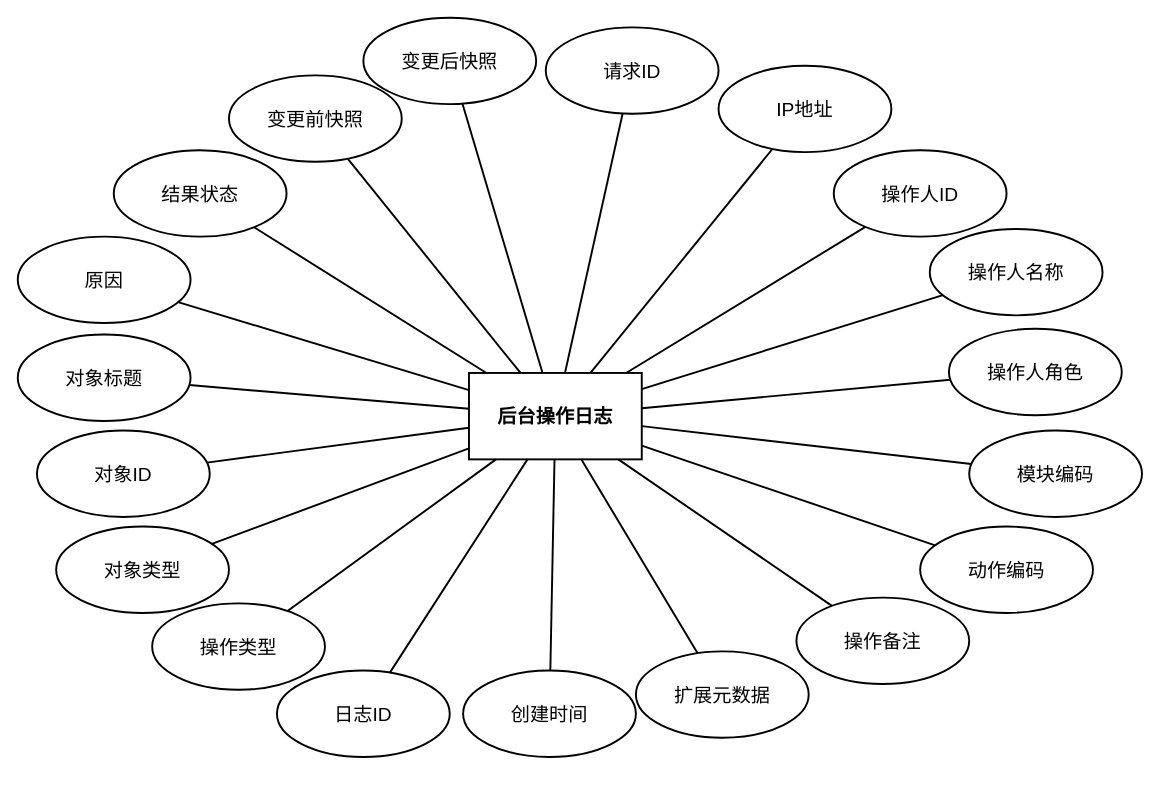
This is DOCS/architecture-diagrams/sources/实体图/admin_operation_logs/admin_operation_logs_entity.drawio from 612cs/TrailQuest, a draw.io file, before an edit. Source tidied: cells renumbered, new cells numbered last; positions are measured from the earlier drawing's top-left corner, leaving out a move shared by most shapes. Both pictures are drawn from the tidied source at 96%, with x=0, y=0 at pixel (17, 17).
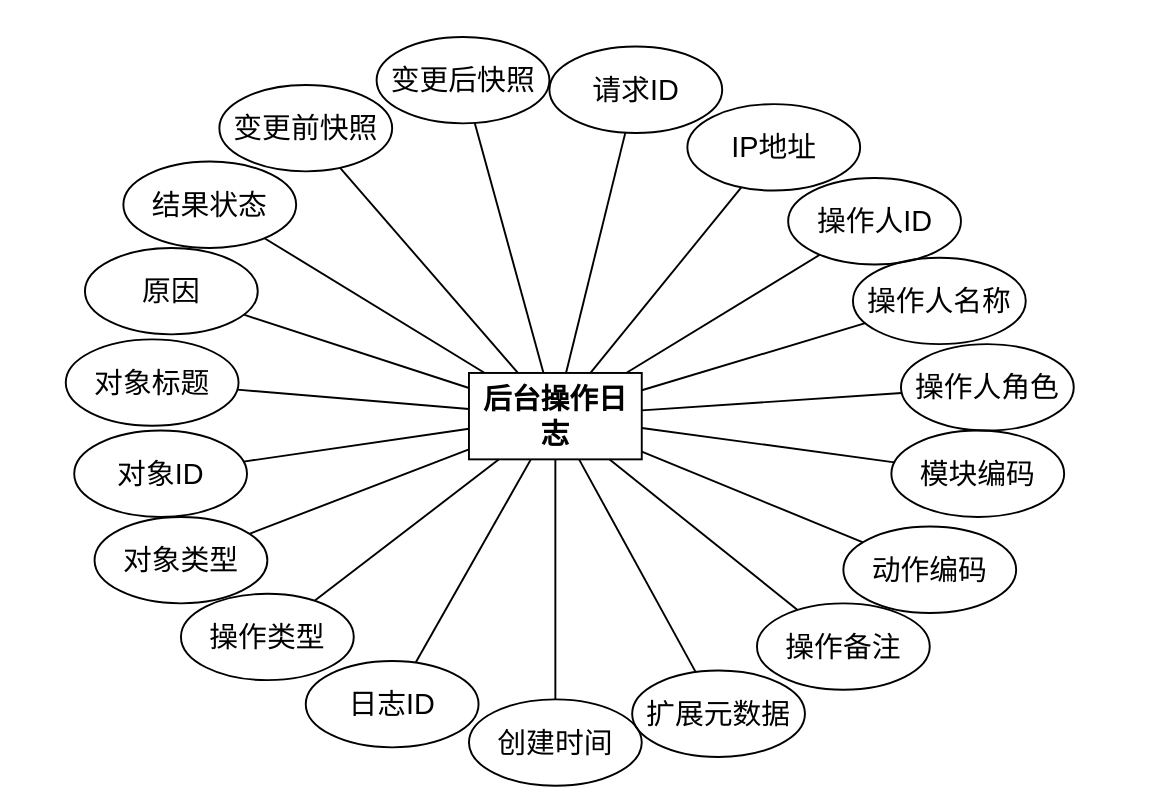
The same page after the edit.

The edit, as a diff of the source:
```diff
@@
-    <mxCell id="2" value="后台操作日志" style="rounded=0;whiteSpace=wrap;html=1;fillColor=none;strokeColor=#000000;fontColor=#000000;fontFamily=Arial;fontSize=20;fontStyle=1;align=center;verticalAlign=middle;strokeWidth=2;gradientColor=none;shadow=0;glass=0;" parent="1" vertex="1">
+    <mxCell id="2" value="后台操作日志" style="rounded=0;whiteSpace=wrap;html=1;fillColor=none;strokeColor=#000000;fontColor=#000000;fontFamily=Arial;fontSize=30;fontStyle=1;align=center;verticalAlign=middle;strokeWidth=2;gradientColor=none;shadow=0;glass=0;" parent="1" vertex="1">
       <mxGeometry x="470" y="370" width="180" height="90" as="geometry" />
     </mxCell>
-    <mxCell id="3" value="日志ID" style="ellipse;whiteSpace=wrap;html=1;fillColor=none;strokeColor=#000000;fontColor=#000000;fontFamily=Arial;fontSize=20;align=center;verticalAlign=middle;strokeWidth=2;gradientColor=none;shadow=0;glass=0;" parent="1" vertex="1">
-      <mxGeometry x="270" y="680" width="180" height="90" as="geometry" />
+    <mxCell id="3" value="日志ID" style="ellipse;whiteSpace=wrap;html=1;fillColor=none;strokeColor=#000000;fontColor=#000000;fontFamily=Arial;fontSize=30;align=center;verticalAlign=middle;strokeWidth=2;gradientColor=none;shadow=0;glass=0;" parent="1" vertex="1">
+      <mxGeometry x="300" y="670" width="180" height="90" as="geometry" />
     </mxCell>
-    <mxCell id="4" value="操作类型" style="ellipse;whiteSpace=wrap;html=1;fillColor=none;strokeColor=#000000;fontColor=#000000;fontFamily=Arial;fontSize=20;align=center;verticalAlign=middle;strokeWidth=2;gradientColor=none;shadow=0;glass=0;" parent="1" vertex="1">
-      <mxGeometry x="140" y="610" width="180" height="90" as="geometry" />
+    <mxCell id="4" value="操作类型" style="ellipse;whiteSpace=wrap;html=1;fillColor=none;strokeColor=#000000;fontColor=#000000;fontFamily=Arial;fontSize=30;align=center;verticalAlign=middle;strokeWidth=2;gradientColor=none;shadow=0;glass=0;" parent="1" vertex="1">
+      <mxGeometry x="170" y="600" width="180" height="90" as="geometry" />
     </mxCell>
-    <mxCell id="5" value="对象类型" style="ellipse;whiteSpace=wrap;html=1;fillColor=none;strokeColor=#000000;fontColor=#000000;fontFamily=Arial;fontSize=20;align=center;verticalAlign=middle;strokeWidth=2;gradientColor=none;shadow=0;glass=0;" parent="1" vertex="1">
-      <mxGeometry x="40" y="530" width="180" height="90" as="geometry" />
+    <mxCell id="5" value="对象类型" style="ellipse;whiteSpace=wrap;html=1;fillColor=none;strokeColor=#000000;fontColor=#000000;fontFamily=Arial;fontSize=30;align=center;verticalAlign=middle;strokeWidth=2;gradientColor=none;shadow=0;glass=0;" parent="1" vertex="1">
+      <mxGeometry x="80" y="520" width="180" height="90" as="geometry" />
     </mxCell>
-    <mxCell id="6" value="对象ID" style="ellipse;whiteSpace=wrap;html=1;fillColor=none;strokeColor=#000000;fontColor=#000000;fontFamily=Arial;fontSize=20;align=center;verticalAlign=middle;strokeWidth=2;gradientColor=none;shadow=0;glass=0;" parent="1" vertex="1">
-      <mxGeometry x="20" y="430" width="180" height="90" as="geometry" />
+    <mxCell id="6" value="对象ID" style="ellipse;whiteSpace=wrap;html=1;fillColor=none;strokeColor=#000000;fontColor=#000000;fontFamily=Arial;fontSize=30;align=center;verticalAlign=middle;strokeWidth=2;gradientColor=none;shadow=0;glass=0;" parent="1" vertex="1">
+      <mxGeometry x="58.8" y="430" width="180" height="90" as="geometry" />
     </mxCell>
-    <mxCell id="7" value="对象标题" style="ellipse;whiteSpace=wrap;html=1;fillColor=none;strokeColor=#000000;fontColor=#000000;fontFamily=Arial;fontSize=20;align=center;verticalAlign=middle;strokeWidth=2;gradientColor=none;shadow=0;glass=0;" parent="1" vertex="1">
-      <mxGeometry y="330" width="180" height="90" as="geometry" />
+    <mxCell id="7" value="对象标题" style="ellipse;whiteSpace=wrap;html=1;fillColor=none;strokeColor=#000000;fontColor=#000000;fontFamily=Arial;fontSize=30;align=center;verticalAlign=middle;strokeWidth=2;gradientColor=none;shadow=0;glass=0;" parent="1" vertex="1">
+      <mxGeometry x="50" y="335" width="180" height="90" as="geometry" />
     </mxCell>
-    <mxCell id="8" value="原因" style="ellipse;whiteSpace=wrap;html=1;fillColor=none;strokeColor=#000000;fontColor=#000000;fontFamily=Arial;fontSize=20;align=center;verticalAlign=middle;strokeWidth=2;gradientColor=none;shadow=0;glass=0;" parent="1" vertex="1">
-      <mxGeometry y="228" width="180" height="90" as="geometry" />
+    <mxCell id="8" value="原因" style="ellipse;whiteSpace=wrap;html=1;fillColor=none;strokeColor=#000000;fontColor=#000000;fontFamily=Arial;fontSize=30;align=center;verticalAlign=middle;strokeWidth=2;gradientColor=none;shadow=0;glass=0;" parent="1" vertex="1">
+      <mxGeometry x="70" y="239.8" width="180" height="90" as="geometry" />
     </mxCell>
-    <mxCell id="9" value="结果状态" style="ellipse;whiteSpace=wrap;html=1;fillColor=none;strokeColor=#000000;fontColor=#000000;fontFamily=Arial;fontSize=20;align=center;verticalAlign=middle;strokeWidth=2;gradientColor=none;shadow=0;glass=0;" parent="1" vertex="1">
-      <mxGeometry x="100" y="138" width="180" height="90" as="geometry" />
+    <mxCell id="9" value="结果状态" style="ellipse;whiteSpace=wrap;html=1;fillColor=none;strokeColor=#000000;fontColor=#000000;fontFamily=Arial;fontSize=30;align=center;verticalAlign=middle;strokeWidth=2;gradientColor=none;shadow=0;glass=0;" parent="1" vertex="1">
+      <mxGeometry x="110" y="149.8" width="180" height="90" as="geometry" />
     </mxCell>
-    <mxCell id="10" value="变更前快照" style="ellipse;whiteSpace=wrap;html=1;fillColor=none;strokeColor=#000000;fontColor=#000000;fontFamily=Arial;fontSize=20;align=center;verticalAlign=middle;strokeWidth=2;gradientColor=none;shadow=0;glass=0;" parent="1" vertex="1">
-      <mxGeometry x="220" y="60" width="180" height="90" as="geometry" />
+    <mxCell id="10" value="变更前快照" style="ellipse;whiteSpace=wrap;html=1;fillColor=none;strokeColor=#000000;fontColor=#000000;fontFamily=Arial;fontSize=30;align=center;verticalAlign=middle;strokeWidth=2;gradientColor=none;shadow=0;glass=0;" parent="1" vertex="1">
+      <mxGeometry x="210" y="70" width="180" height="90" as="geometry" />
     </mxCell>
-    <mxCell id="11" value="变更后快照" style="ellipse;whiteSpace=wrap;html=1;fillColor=none;strokeColor=#000000;fontColor=#000000;fontFamily=Arial;fontSize=20;align=center;verticalAlign=middle;strokeWidth=2;gradientColor=none;shadow=0;glass=0;" parent="1" vertex="1">
-      <mxGeometry x="360" width="180" height="90" as="geometry" />
+    <mxCell id="11" value="变更后快照" style="ellipse;whiteSpace=wrap;html=1;fillColor=none;strokeColor=#000000;fontColor=#000000;fontFamily=Arial;fontSize=30;align=center;verticalAlign=middle;strokeWidth=2;gradientColor=none;shadow=0;glass=0;" parent="1" vertex="1">
+      <mxGeometry x="373.8" y="20" width="180" height="90" as="geometry" />
     </mxCell>
-    <mxCell id="12" value="请求ID" style="ellipse;whiteSpace=wrap;html=1;fillColor=none;strokeColor=#000000;fontColor=#000000;fontFamily=Arial;fontSize=20;align=center;verticalAlign=middle;strokeWidth=2;gradientColor=none;shadow=0;glass=0;" parent="1" vertex="1">
-      <mxGeometry x="550" y="10" width="180" height="90" as="geometry" />
+    <mxCell id="12" value="请求ID" style="ellipse;whiteSpace=wrap;html=1;fillColor=none;strokeColor=#000000;fontColor=#000000;fontFamily=Arial;fontSize=30;align=center;verticalAlign=middle;strokeWidth=2;gradientColor=none;shadow=0;glass=0;" parent="1" vertex="1">
+      <mxGeometry x="553.8" y="30" width="180" height="90" as="geometry" />
     </mxCell>
-    <mxCell id="13" value="IP地址" style="ellipse;whiteSpace=wrap;html=1;fillColor=none;strokeColor=#000000;fontColor=#000000;fontFamily=Arial;fontSize=20;align=center;verticalAlign=middle;strokeWidth=2;gradientColor=none;shadow=0;glass=0;" parent="1" vertex="1">
-      <mxGeometry x="730" y="50" width="180" height="90" as="geometry" />
+    <mxCell id="13" value="IP地址" style="ellipse;whiteSpace=wrap;html=1;fillColor=none;strokeColor=#000000;fontColor=#000000;fontFamily=Arial;fontSize=30;align=center;verticalAlign=middle;strokeWidth=2;gradientColor=none;shadow=0;glass=0;" parent="1" vertex="1">
+      <mxGeometry x="697.5" y="90" width="180" height="90" as="geometry" />
     </mxCell>
-    <mxCell id="14" value="操作人ID" style="ellipse;whiteSpace=wrap;html=1;fillColor=none;strokeColor=#000000;fontColor=#000000;fontFamily=Arial;fontSize=20;align=center;verticalAlign=middle;strokeWidth=2;gradientColor=none;shadow=0;glass=0;" parent="1" vertex="1">
-      <mxGeometry x="850" y="138" width="180" height="90" as="geometry" />
+    <mxCell id="14" value="操作人ID" style="ellipse;whiteSpace=wrap;html=1;fillColor=none;strokeColor=#000000;fontColor=#000000;fontFamily=Arial;fontSize=30;align=center;verticalAlign=middle;strokeWidth=2;gradientColor=none;shadow=0;glass=0;" parent="1" vertex="1">
+      <mxGeometry x="802.5" y="167" width="180" height="90" as="geometry" />
     </mxCell>
-    <mxCell id="15" value="操作人名称" style="ellipse;whiteSpace=wrap;html=1;fillColor=none;strokeColor=#000000;fontColor=#000000;fontFamily=Arial;fontSize=20;align=center;verticalAlign=middle;strokeWidth=2;gradientColor=none;shadow=0;glass=0;" parent="1" vertex="1">
-      <mxGeometry x="950" y="220" width="180" height="90" as="geometry" />
+    <mxCell id="15" value="操作人名称" style="ellipse;whiteSpace=wrap;html=1;fillColor=none;strokeColor=#000000;fontColor=#000000;fontFamily=Arial;fontSize=30;align=center;verticalAlign=middle;strokeWidth=2;gradientColor=none;shadow=0;glass=0;" parent="1" vertex="1">
+      <mxGeometry x="870" y="250" width="180" height="90" as="geometry" />
     </mxCell>
-    <mxCell id="16" value="操作人角色" style="ellipse;whiteSpace=wrap;html=1;fillColor=none;strokeColor=#000000;fontColor=#000000;fontFamily=Arial;fontSize=20;align=center;verticalAlign=middle;strokeWidth=2;gradientColor=none;shadow=0;glass=0;" parent="1" vertex="1">
-      <mxGeometry x="970" y="324" width="180" height="90" as="geometry" />
+    <mxCell id="16" value="操作人角色" style="ellipse;whiteSpace=wrap;html=1;fillColor=none;strokeColor=#000000;fontColor=#000000;fontFamily=Arial;fontSize=30;align=center;verticalAlign=middle;strokeWidth=2;gradientColor=none;shadow=0;glass=0;" parent="1" vertex="1">
+      <mxGeometry x="920" y="340" width="180" height="90" as="geometry" />
     </mxCell>
-    <mxCell id="17" value="模块编码" style="ellipse;whiteSpace=wrap;html=1;fillColor=none;strokeColor=#000000;fontColor=#000000;fontFamily=Arial;fontSize=20;align=center;verticalAlign=middle;strokeWidth=2;gradientColor=none;shadow=0;glass=0;" parent="1" vertex="1">
-      <mxGeometry x="991.1" y="430" width="180" height="90" as="geometry" />
+    <mxCell id="17" value="模块编码" style="ellipse;whiteSpace=wrap;html=1;fillColor=none;strokeColor=#000000;fontColor=#000000;fontFamily=Arial;fontSize=30;align=center;verticalAlign=middle;strokeWidth=2;gradientColor=none;shadow=0;glass=0;" parent="1" vertex="1">
+      <mxGeometry x="910" y="430" width="180" height="90" as="geometry" />
     </mxCell>
-    <mxCell id="18" value="动作编码" style="ellipse;whiteSpace=wrap;html=1;fillColor=none;strokeColor=#000000;fontColor=#000000;fontFamily=Arial;fontSize=20;align=center;verticalAlign=middle;strokeWidth=2;gradientColor=none;shadow=0;glass=0;" parent="1" vertex="1">
-      <mxGeometry x="940" y="530" width="180" height="90" as="geometry" />
+    <mxCell id="18" value="动作编码" style="ellipse;whiteSpace=wrap;html=1;fillColor=none;strokeColor=#000000;fontColor=#000000;fontFamily=Arial;fontSize=30;align=center;verticalAlign=middle;strokeWidth=2;gradientColor=none;shadow=0;glass=0;" parent="1" vertex="1">
+      <mxGeometry x="860" y="530" width="180" height="90" as="geometry" />
     </mxCell>
-    <mxCell id="19" value="操作备注" style="ellipse;whiteSpace=wrap;html=1;fillColor=none;strokeColor=#000000;fontColor=#000000;fontFamily=Arial;fontSize=20;align=center;verticalAlign=middle;strokeWidth=2;gradientColor=none;shadow=0;glass=0;" parent="1" vertex="1">
-      <mxGeometry x="811.1" y="604" width="180" height="90" as="geometry" />
+    <mxCell id="19" value="操作备注" style="ellipse;whiteSpace=wrap;html=1;fillColor=none;strokeColor=#000000;fontColor=#000000;fontFamily=Arial;fontSize=30;align=center;verticalAlign=middle;strokeWidth=2;gradientColor=none;shadow=0;glass=0;" parent="1" vertex="1">
+      <mxGeometry x="770" y="610" width="180" height="90" as="geometry" />
     </mxCell>
-    <mxCell id="20" value="扩展元数据" style="ellipse;whiteSpace=wrap;html=1;fillColor=none;strokeColor=#000000;fontColor=#000000;fontFamily=Arial;fontSize=20;align=center;verticalAlign=middle;strokeWidth=2;gradientColor=none;shadow=0;glass=0;" parent="1" vertex="1">
-      <mxGeometry x="643.9" y="660" width="180" height="90" as="geometry" />
+    <mxCell id="20" value="扩展元数据" style="ellipse;whiteSpace=wrap;html=1;fillColor=none;strokeColor=#000000;fontColor=#000000;fontFamily=Arial;fontSize=30;align=center;verticalAlign=middle;strokeWidth=2;gradientColor=none;shadow=0;glass=0;" parent="1" vertex="1">
+      <mxGeometry x="640" y="680" width="180" height="90" as="geometry" />
     </mxCell>
-    <mxCell id="21" value="创建时间" style="ellipse;whiteSpace=wrap;html=1;fillColor=none;strokeColor=#000000;fontColor=#000000;fontFamily=Arial;fontSize=20;align=center;verticalAlign=middle;strokeWidth=2;gradientColor=none;shadow=0;glass=0;" parent="1" vertex="1">
-      <mxGeometry x="463.9" y="680" width="180" height="90" as="geometry" />
+    <mxCell id="21" value="创建时间" style="ellipse;whiteSpace=wrap;html=1;fillColor=none;strokeColor=#000000;fontColor=#000000;fontFamily=Arial;fontSize=30;align=center;verticalAlign=middle;strokeWidth=2;gradientColor=none;shadow=0;glass=0;" parent="1" vertex="1">
+      <mxGeometry x="470" y="710" width="180" height="90" as="geometry" />
     </mxCell>
-    <mxCell id="22" style="endArrow=none;html=1;rounded=0;strokeColor=#000000;strokeWidth=2;" parent="1" edge="1" source="2" target="3">
+    <mxCell id="22" style="endArrow=none;html=1;rounded=0;strokeColor=#000000;strokeWidth=2;fontSize=30;" parent="1" edge="1" source="2" target="3">
       <mxGeometry relative="1" as="geometry" />
     </mxCell>
-    <mxCell id="23" style="endArrow=none;html=1;rounded=0;strokeColor=#000000;strokeWidth=2;" parent="1" edge="1" source="2" target="4">
+    <mxCell id="23" style="endArrow=none;html=1;rounded=0;strokeColor=#000000;strokeWidth=2;fontSize=30;" parent="1" edge="1" source="2" target="4">
       <mxGeometry relative="1" as="geometry" />
     </mxCell>
-    <mxCell id="24" style="endArrow=none;html=1;rounded=0;strokeColor=#000000;strokeWidth=2;" parent="1" edge="1" source="2" target="5">
+    <mxCell id="24" style="endArrow=none;html=1;rounded=0;strokeColor=#000000;strokeWidth=2;fontSize=30;" parent="1" edge="1" source="2" target="5">
       <mxGeometry relative="1" as="geometry" />
     </mxCell>
-    <mxCell id="25" style="endArrow=none;html=1;rounded=0;strokeColor=#000000;strokeWidth=2;" parent="1" edge="1" source="2" target="6">
+    <mxCell id="25" style="endArrow=none;html=1;rounded=0;strokeColor=#000000;strokeWidth=2;fontSize=30;" parent="1" edge="1" source="2" target="6">
       <mxGeometry relative="1" as="geometry" />
     </mxCell>
-    <mxCell id="26" style="endArrow=none;html=1;rounded=0;strokeColor=#000000;strokeWidth=2;" parent="1" edge="1" source="2" target="7">
+    <mxCell id="26" style="endArrow=none;html=1;rounded=0;strokeColor=#000000;strokeWidth=2;fontSize=30;" parent="1" edge="1" source="2" target="7">
       <mxGeometry relative="1" as="geometry" />
     </mxCell>
-    <mxCell id="27" style="endArrow=none;html=1;rounded=0;strokeColor=#000000;strokeWidth=2;" parent="1" edge="1" source="2" target="8">
+    <mxCell id="27" style="endArrow=none;html=1;rounded=0;strokeColor=#000000;strokeWidth=2;fontSize=30;" parent="1" edge="1" source="2" target="8">
       <mxGeometry relative="1" as="geometry" />
     </mxCell>
-    <mxCell id="28" style="endArrow=none;html=1;rounded=0;strokeColor=#000000;strokeWidth=2;" parent="1" edge="1" source="2" target="9">
+    <mxCell id="28" style="endArrow=none;html=1;rounded=0;strokeColor=#000000;strokeWidth=2;fontSize=30;" parent="1" edge="1" source="2" target="9">
       <mxGeometry relative="1" as="geometry" />
     </mxCell>
-    <mxCell id="29" style="endArrow=none;html=1;rounded=0;strokeColor=#000000;strokeWidth=2;" parent="1" edge="1" source="2" target="10">
+    <mxCell id="29" style="endArrow=none;html=1;rounded=0;strokeColor=#000000;strokeWidth=2;fontSize=30;" parent="1" edge="1" source="2" target="10">
       <mxGeometry relative="1" as="geometry" />
     </mxCell>
-    <mxCell id="30" style="endArrow=none;html=1;rounded=0;strokeColor=#000000;strokeWidth=2;" parent="1" edge="1" source="2" target="11">
+    <mxCell id="30" style="endArrow=none;html=1;rounded=0;strokeColor=#000000;strokeWidth=2;fontSize=30;" parent="1" edge="1" source="2" target="11">
       <mxGeometry relative="1" as="geometry" />
     </mxCell>
-    <mxCell id="31" style="endArrow=none;html=1;rounded=0;strokeColor=#000000;strokeWidth=2;" parent="1" edge="1" source="2" target="12">
+    <mxCell id="31" style="endArrow=none;html=1;rounded=0;strokeColor=#000000;strokeWidth=2;fontSize=30;" parent="1" edge="1" source="2" target="12">
       <mxGeometry relative="1" as="geometry" />
     </mxCell>
-    <mxCell id="32" style="endArrow=none;html=1;rounded=0;strokeColor=#000000;strokeWidth=2;" parent="1" edge="1" source="2" target="13">
+    <mxCell id="32" style="endArrow=none;html=1;rounded=0;strokeColor=#000000;strokeWidth=2;fontSize=30;" parent="1" edge="1" source="2" target="13">
       <mxGeometry relative="1" as="geometry" />
     </mxCell>
-    <mxCell id="33" style="endArrow=none;html=1;rounded=0;strokeColor=#000000;strokeWidth=2;" parent="1" edge="1" source="2" target="14">
+    <mxCell id="33" style="endArrow=none;html=1;rounded=0;strokeColor=#000000;strokeWidth=2;fontSize=30;" parent="1" edge="1" source="2" target="14">
       <mxGeometry relative="1" as="geometry" />
     </mxCell>
-    <mxCell id="34" style="endArrow=none;html=1;rounded=0;strokeColor=#000000;strokeWidth=2;" parent="1" edge="1" source="2" target="15">
+    <mxCell id="34" style="endArrow=none;html=1;rounded=0;strokeColor=#000000;strokeWidth=2;fontSize=30;" parent="1" edge="1" source="2" target="15">
       <mxGeometry relative="1" as="geometry" />
     </mxCell>
-    <mxCell id="35" style="endArrow=none;html=1;rounded=0;strokeColor=#000000;strokeWidth=2;" parent="1" edge="1" source="2" target="16">
+    <mxCell id="35" style="endArrow=none;html=1;rounded=0;strokeColor=#000000;strokeWidth=2;fontSize=30;" parent="1" edge="1" source="2" target="16">
       <mxGeometry relative="1" as="geometry" />
     </mxCell>
-    <mxCell id="36" style="endArrow=none;html=1;rounded=0;strokeColor=#000000;strokeWidth=2;" parent="1" edge="1" source="2" target="17">
+    <mxCell id="36" style="endArrow=none;html=1;rounded=0;strokeColor=#000000;strokeWidth=2;fontSize=30;" parent="1" edge="1" source="2" target="17">
       <mxGeometry relative="1" as="geometry" />
     </mxCell>
-    <mxCell id="37" style="endArrow=none;html=1;rounded=0;strokeColor=#000000;strokeWidth=2;" parent="1" edge="1" source="2" target="18">
+    <mxCell id="37" style="endArrow=none;html=1;rounded=0;strokeColor=#000000;strokeWidth=2;fontSize=30;" parent="1" edge="1" source="2" target="18">
       <mxGeometry relative="1" as="geometry" />
     </mxCell>
-    <mxCell id="38" style="endArrow=none;html=1;rounded=0;strokeColor=#000000;strokeWidth=2;" parent="1" edge="1" source="2" target="19">
+    <mxCell id="38" style="endArrow=none;html=1;rounded=0;strokeColor=#000000;strokeWidth=2;fontSize=30;" parent="1" edge="1" source="2" target="19">
       <mxGeometry relative="1" as="geometry" />
     </mxCell>
-    <mxCell id="39" style="endArrow=none;html=1;rounded=0;strokeColor=#000000;strokeWidth=2;" parent="1" edge="1" source="2" target="20">
+    <mxCell id="39" style="endArrow=none;html=1;rounded=0;strokeColor=#000000;strokeWidth=2;fontSize=30;" parent="1" edge="1" source="2" target="20">
       <mxGeometry relative="1" as="geometry" />
     </mxCell>
-    <mxCell id="40" style="endArrow=none;html=1;rounded=0;strokeColor=#000000;strokeWidth=2;" parent="1" edge="1" source="2" target="21">
+    <mxCell id="40" style="endArrow=none;html=1;rounded=0;strokeColor=#000000;strokeWidth=2;fontSize=30;" parent="1" edge="1" source="2" target="21">
       <mxGeometry relative="1" as="geometry" />
     </mxCell>
```
